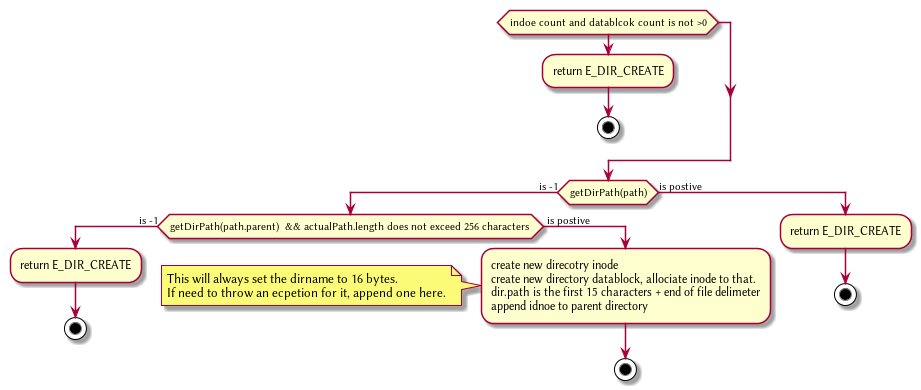
Earlier version of the PlantUML export Plant/DirCreate.png (HawaiinPizza/CIS-450-final-project).
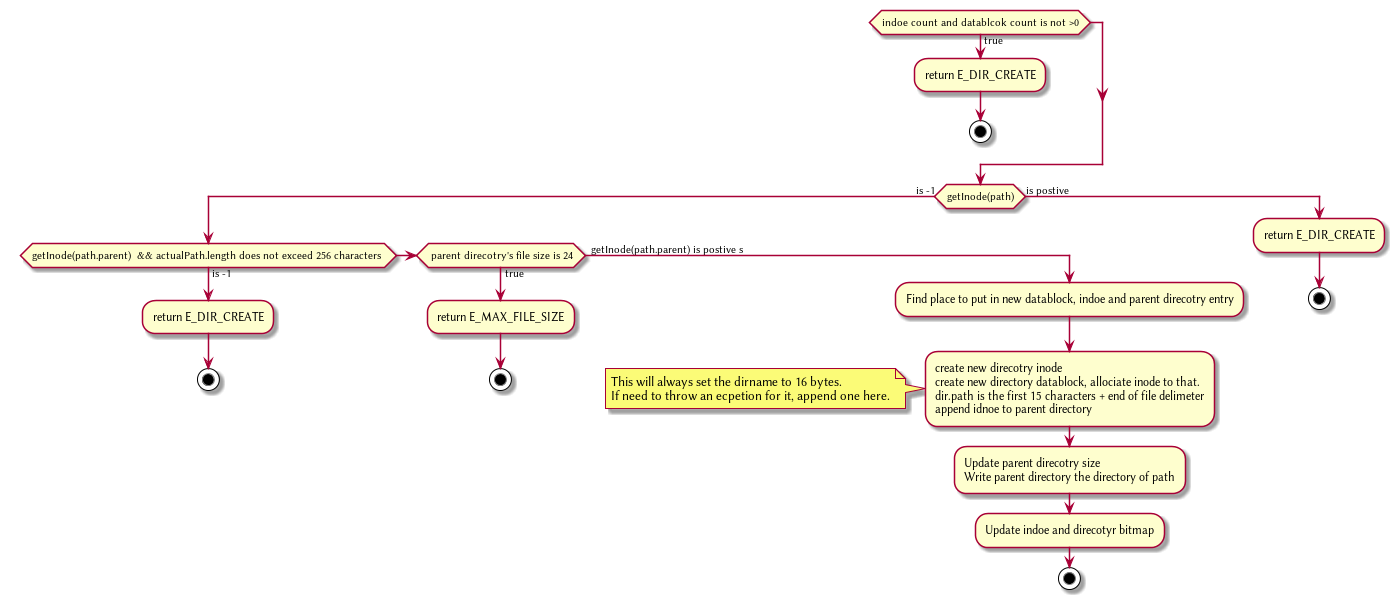
The same diagram one commit later.

Change to the diagram source:
```diff
@@ -1,13 +1,18 @@
 @startuml
-if(indoe count and datablcok count is not >0)
+if(indoe count and datablcok count is not >0) then (true)
    :return E_DIR_CREATE;
    stop
 endif
-if(getDirPath(path)) then (is -1)
-   if(getDirPath(path.parent)  && actualPath.length does not exceed 256 characters ) then (is -1)
+if(getInode(path)) then (is -1)
+   if(getInode(path.parent)  && actualPath.length does not exceed 256 characters ) then (is -1)
 	   :return E_DIR_CREATE;
 	   stop
-   else ( is postive   )
+   else if ( parent direcotry's file size is 24) then (true)
+	   :return E_MAX_FILE_SIZE;
+	   stop
+   else (  getInode(path.parent) is postive s)
+
+	   :Find place to put in new datablock, indoe and parent direcotry entry;
 	   :create new direcotry inode
 	   create new directory datablock, allociate inode to that.
 	   dir.path is the first 15 characters + end of file delimeter
@@ -16,6 +21,9 @@
 		   This will always set the dirname to 16 bytes.
 		   If need to throw an ecpetion for it, append one here.
 	       endnote
+	       :Update parent direcotry size
+	       Write parent directory the directory of path;
+	       :Update indoe and direcotyr bitmap;
 	   stop
    endif
 else(is postive)
```
